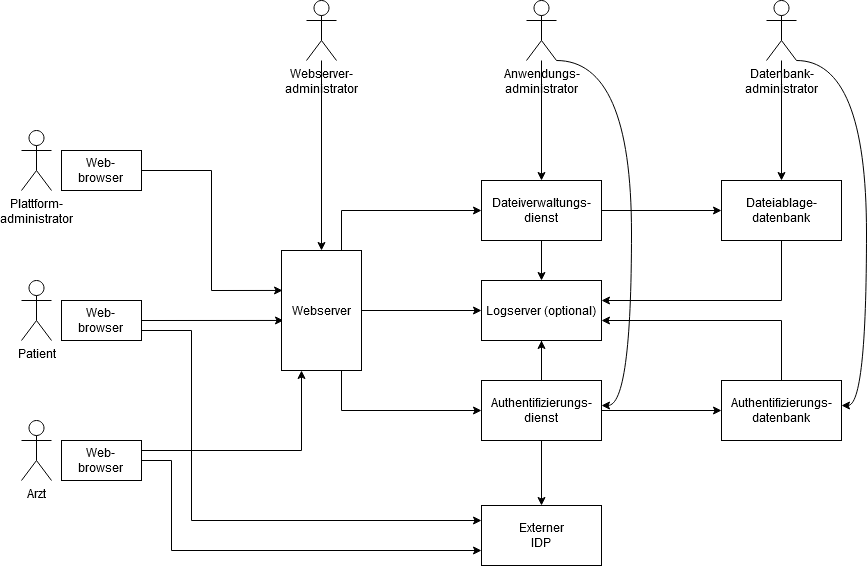
Above: Dokumente/Architekturüberblick/Architekturüberblick.png in DavidFambach/Abgabe-ASE-Patientenakte (draw.io), before the change. Source tidied: cells renumbered, new cells last; positions are measured from the earlier drawing's top-left corner, leaving out a move shared by most shapes.
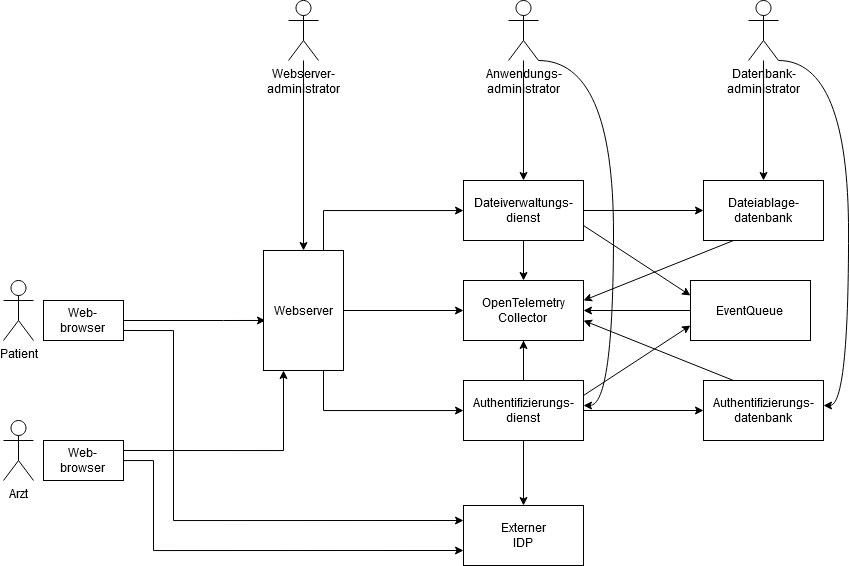
Above is the later version.

Commit message:
add RabbitMQ to Architekturüberblick

The edit, as a diff of the source:
```diff
@@ -8,11 +8,10 @@
     <mxCell id="3" value="Arzt" style="shape=umlActor;verticalLabelPosition=bottom;verticalAlign=top;html=1;" parent="1" vertex="1">
       <mxGeometry y="420" width="30" height="60" as="geometry" />
     </mxCell>
-    <mxCell id="4" value="&lt;div&gt;Plattform-&lt;/div&gt;&lt;div&gt;administrator&lt;/div&gt;" style="shape=umlActor;verticalLabelPosition=bottom;verticalAlign=top;html=1;" parent="1" vertex="1">
-      <mxGeometry y="130" width="30" height="60" as="geometry" />
-    </mxCell>
-    <mxCell id="5" style="rounded=0;jettySize=auto;html=1;exitX=1;exitY=0.5;exitDx=0;exitDy=0;entryX=0.025;entryY=0.583;entryDx=0;entryDy=0;startArrow=none;startFill=0;entryPerimeter=0;" parent="1" edge="1" source="6" target="34">
-      <mxGeometry relative="1" as="geometry" />
+    <mxCell id="5" style="rounded=0;jettySize=auto;html=1;exitX=1;exitY=0.5;exitDx=0;exitDy=0;entryX=0.025;entryY=0.583;entryDx=0;entryDy=0;startArrow=none;startFill=0;entryPerimeter=0;" parent="1" edge="1" target="34">
+      <mxGeometry relative="1" as="geometry">
+        <mxPoint x="220" y="320" as="sourcePoint" />
+      </mxGeometry>
     </mxCell>
     <mxCell id="6" value="&lt;div&gt;Web-&lt;/div&gt;&lt;div&gt;browser&lt;br&gt;&lt;/div&gt;" style="rounded=0;whiteSpace=wrap;html=1;" parent="1" vertex="1">
       <mxGeometry x="40" y="300" width="80" height="40" as="geometry" />
@@ -29,9 +28,6 @@
     <mxCell id="8" value="&lt;div&gt;Web-&lt;/div&gt;&lt;div&gt;browser&lt;br&gt;&lt;/div&gt;" style="rounded=0;whiteSpace=wrap;html=1;" parent="1" vertex="1">
       <mxGeometry x="40" y="440" width="80" height="40" as="geometry" />
     </mxCell>
-    <mxCell id="9" value="&lt;div&gt;Web-&lt;/div&gt;&lt;div&gt;browser&lt;br&gt;&lt;/div&gt;" style="rounded=0;whiteSpace=wrap;html=1;" parent="1" vertex="1">
-      <mxGeometry x="40" y="150" width="80" height="40" as="geometry" />
-    </mxCell>
     <mxCell id="10" value="&lt;div&gt;Externer&lt;/div&gt;&lt;div&gt;IDP&lt;br&gt;&lt;/div&gt;" style="rounded=0;whiteSpace=wrap;html=1;" parent="1" vertex="1">
       <mxGeometry x="460" y="505" width="120" height="60" as="geometry" />
     </mxCell>
@@ -41,22 +37,16 @@
     <mxCell id="12" style="edgeStyle=orthogonalEdgeStyle;rounded=0;jettySize=auto;html=1;exitX=0.5;exitY=1;exitDx=0;exitDy=0;entryX=0.5;entryY=0;entryDx=0;entryDy=0;" parent="1" edge="1" source="13" target="16">
       <mxGeometry relative="1" as="geometry" />
     </mxCell>
+    <mxCell id="40" style="edgeStyle=none;rounded=0;jettySize=auto;html=1;exitX=1;exitY=0.75;exitDx=0;exitDy=0;entryX=0;entryY=0.25;entryDx=0;entryDy=0;fontSize=17;" parent="1" edge="1" source="13" target="43">
+      <mxGeometry relative="1" as="geometry" />
+    </mxCell>
     <mxCell id="13" value="&lt;div&gt;Dateiverwaltungs-&lt;/div&gt;&lt;div&gt;dienst&lt;br&gt;&lt;/div&gt;" style="rounded=0;whiteSpace=wrap;html=1;" parent="1" vertex="1">
       <mxGeometry x="460" y="180" width="120" height="60" as="geometry" />
     </mxCell>
-    <mxCell id="14" style="edgeStyle=orthogonalEdgeStyle;rounded=0;jettySize=auto;html=1;exitX=0.5;exitY=1;exitDx=0;exitDy=0;" parent="1" edge="1" source="15">
-      <mxGeometry relative="1" as="geometry">
-        <mxPoint x="580" y="300" as="targetPoint" />
-        <Array as="points">
-          <mxPoint x="760" y="300" />
-          <mxPoint x="580" y="300" />
-        </Array>
-      </mxGeometry>
-    </mxCell>
     <mxCell id="15" value="Dateiablage-datenbank" style="rounded=0;whiteSpace=wrap;html=1;" parent="1" vertex="1">
       <mxGeometry x="700" y="180" width="120" height="60" as="geometry" />
     </mxCell>
-    <mxCell id="16" value="Logserver (optional)" style="rounded=0;whiteSpace=wrap;html=1;" parent="1" vertex="1">
+    <mxCell id="16" value="&lt;span&gt;&lt;span class=&quot;hcV4Re nkGKTb&quot;&gt;OpenTelemetry Collector&lt;br&gt;&lt;/span&gt;&lt;/span&gt;" style="rounded=0;whiteSpace=wrap;html=1;" parent="1" vertex="1">
       <mxGeometry x="460" y="280" width="120" height="60" as="geometry" />
     </mxCell>
     <mxCell id="17" style="edgeStyle=orthogonalEdgeStyle;rounded=0;jettySize=auto;html=1;startArrow=none;startFill=0;endArrow=classic;endFill=1;" parent="1" edge="1" source="19" target="13">
@@ -115,16 +105,15 @@
     <mxCell id="28" style="edgeStyle=orthogonalEdgeStyle;rounded=0;jettySize=auto;html=1;exitX=1;exitY=0.5;exitDx=0;exitDy=0;entryX=0;entryY=0.5;entryDx=0;entryDy=0;" parent="1" edge="1" source="29" target="31">
       <mxGeometry relative="1" as="geometry" />
     </mxCell>
+    <mxCell id="41" style="edgeStyle=none;rounded=0;jettySize=auto;html=1;exitX=1;exitY=0.25;exitDx=0;exitDy=0;entryX=0;entryY=0.75;entryDx=0;entryDy=0;fontSize=17;" parent="1" edge="1" source="29" target="43">
+      <mxGeometry relative="1" as="geometry" />
+    </mxCell>
     <mxCell id="29" value="&lt;div&gt;Authentifizierungs-&lt;/div&gt;&lt;div&gt;dienst&lt;br&gt;&lt;/div&gt;" style="rounded=0;whiteSpace=wrap;html=1;" parent="1" vertex="1">
       <mxGeometry x="460" y="380" width="120" height="60" as="geometry" />
     </mxCell>
-    <mxCell id="30" style="edgeStyle=orthogonalEdgeStyle;rounded=0;jettySize=auto;html=1;exitX=0.5;exitY=0;exitDx=0;exitDy=0;" parent="1" edge="1" source="31">
+    <mxCell id="30" style="rounded=0;jettySize=auto;html=1;exitX=0.25;exitY=0;exitDx=0;exitDy=0;startArrow=none;" parent="1" edge="1" source="31">
       <mxGeometry relative="1" as="geometry">
         <mxPoint x="580" y="320" as="targetPoint" />
-        <Array as="points">
-          <mxPoint x="760" y="320" />
-          <mxPoint x="580" y="320" />
-        </Array>
       </mxGeometry>
     </mxCell>
     <mxCell id="31" value="Authentifizierungs-datenbank" style="rounded=0;whiteSpace=wrap;html=1;" parent="1" vertex="1">
@@ -158,16 +147,6 @@
         <mxPoint x="520" y="460" as="targetPoint" />
       </mxGeometry>
     </mxCell>
-    <mxCell id="37" style="edgeStyle=orthogonalEdgeStyle;rounded=0;orthogonalLoop=1;jettySize=auto;html=1;exitX=1;exitY=0.5;exitDx=0;exitDy=0;entryX=0.013;entryY=0.333;entryDx=0;entryDy=0;entryPerimeter=0;" parent="1" edge="1">
-      <mxGeometry relative="1" as="geometry">
-        <mxPoint x="120" y="170" as="sourcePoint" />
-        <mxPoint x="261" y="290" as="targetPoint" />
-        <Array as="points">
-          <mxPoint x="190" y="170" />
-          <mxPoint x="190" y="290" />
-        </Array>
-      </mxGeometry>
-    </mxCell>
     <mxCell id="38" style="edgeStyle=orthogonalEdgeStyle;rounded=0;jettySize=auto;html=1;exitX=0.5;exitY=0;exitDx=0;exitDy=0;entryX=0.5;entryY=1;entryDx=0;entryDy=0;endArrow=none;" parent="1" edge="1" source="29" target="16">
       <mxGeometry relative="1" as="geometry" />
     </mxCell>
@@ -177,5 +156,22 @@
         <mxPoint x="520" y="505" as="targetPoint" />
       </mxGeometry>
     </mxCell>
+    <mxCell id="42" style="edgeStyle=none;rounded=0;jettySize=auto;html=1;exitX=0;exitY=0.5;exitDx=0;exitDy=0;entryX=1;entryY=0.5;entryDx=0;entryDy=0;fontSize=17;" parent="1" edge="1" source="43" target="16">
+      <mxGeometry relative="1" as="geometry" />
+    </mxCell>
+    <mxCell id="43" value="&lt;span&gt;EventQueue&lt;em&gt;&lt;br&gt;&lt;/em&gt;&lt;/span&gt;" style="rounded=0;whiteSpace=wrap;html=1;" parent="1" vertex="1">
+      <mxGeometry x="687" y="280" width="120" height="60" as="geometry" />
+    </mxCell>
+    <mxCell id="44" style="rounded=0;orthogonalLoop=1;jettySize=auto;html=1;exitX=0.25;exitY=1;exitDx=0;exitDy=0;" parent="1" edge="1">
+      <mxGeometry relative="1" as="geometry">
+        <mxPoint x="730" y="240" as="sourcePoint" />
+        <mxPoint x="580" y="300" as="targetPoint" />
+      </mxGeometry>
+    </mxCell>
+    <mxCell id="45" style="rounded=0;jettySize=auto;html=1;exitX=1;exitY=0.5;exitDx=0;exitDy=0;startArrow=none;startFill=0;endArrow=none;" parent="1" edge="1" source="6">
+      <mxGeometry relative="1" as="geometry">
+        <mxPoint x="220" y="320" as="targetPoint" />
+      </mxGeometry>
+    </mxCell>
   </root>
 </mxGraphModel>
```
